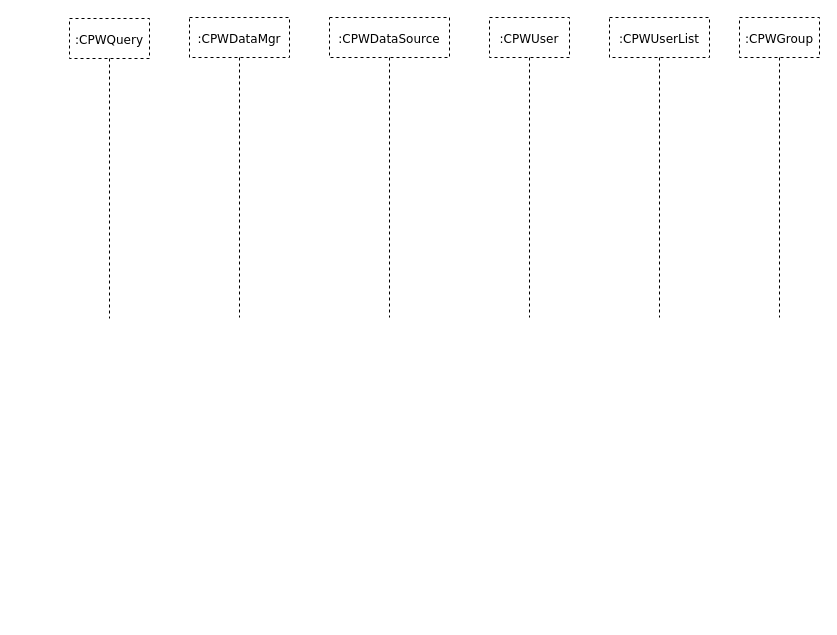
linfenwen/draw_io keeps this draw.io diagram as page "Page-2" (2 of 2) of dataprovider.drawio. Above is the earlier version. Source tidied: cells renumbered, new cells numbered last; positions are measured from the earlier drawing's top-left corner, leaving out a move shared by most shapes. Both pictures are drawn from the tidied source at 100%, with x=0, y=0 at pixel (69, 17).
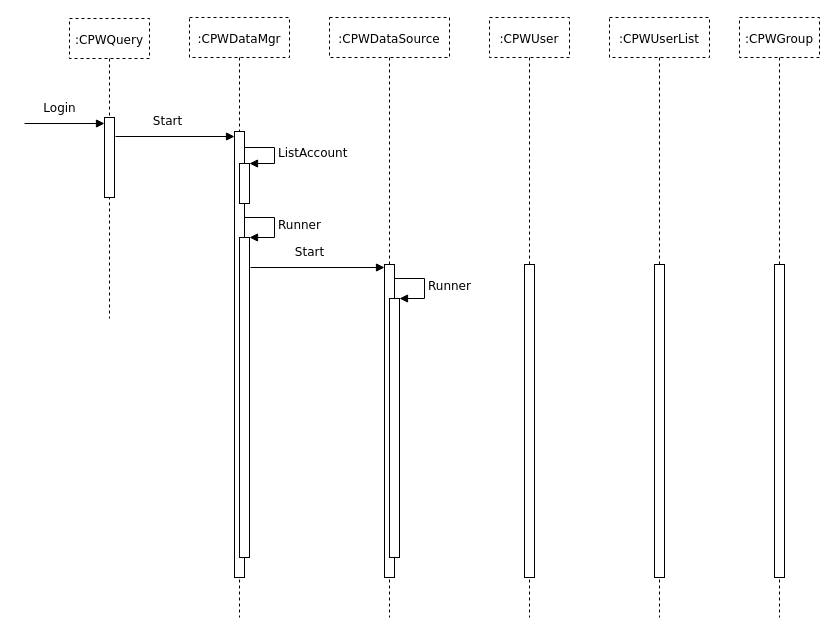
The same diagram, later.

The change refers to these unchanged cells:
```xml
<mxCell id="2" value="&lt;font style=&quot;font-size: 12px&quot;&gt;:CPWQuery&lt;/font&gt;" style="shape=umlLifeline;perimeter=lifelinePerimeter;whiteSpace=wrap;html=1;dashed=1;fontFamily=Verdana;fontSize=16;fontColor=#000000;" parent="1" vertex="1">
  <mxGeometry y="1" width="80" height="300" as="geometry" />
</mxCell>
```

Diff of the diagram source:
```diff
@@
+    <mxCell id="8" style="html=1;perimeter=orthogonalPerimeter;fontFamily=Verdana;fontSize=12;fontColor=#000000;" parent="2" vertex="1">
+      <mxGeometry x="35" y="99" width="10" height="80" as="geometry" />
+    </mxCell>
+    <mxCell id="9" value="Login" style="html=1;verticalAlign=bottom;endArrow=block;rounded=0;fontFamily=Verdana;fontSize=12;fontColor=#000000;" parent="2" edge="1">
+      <mxGeometry x="-0.12" y="6" relative="1" as="geometry">
+        <mxPoint x="-45" y="105" as="sourcePoint" />
+        <mxPoint x="35" y="105" as="targetPoint" />
+      </mxGeometry>
+    </mxCell>
     <mxCell id="3" value="&lt;font style=&quot;font-size: 12px&quot;&gt;:CPWDataMgr&lt;/font&gt;" style="shape=umlLifeline;perimeter=lifelinePerimeter;whiteSpace=wrap;html=1;dashed=1;fontFamily=Verdana;fontSize=16;fontColor=#000000;" parent="1" vertex="1">
-      <mxGeometry x="120" width="100" height="300" as="geometry" />
+      <mxGeometry x="120" width="100" height="600" as="geometry" />
     </mxCell>
+    <mxCell id="10" style="html=1;perimeter=orthogonalPerimeter;fontFamily=Verdana;fontSize=12;fontColor=#000000;" parent="3" vertex="1">
+      <mxGeometry x="45" y="114" width="10" height="446" as="geometry" />
+    </mxCell>
+    <mxCell id="11" style="html=1;points=[];perimeter=orthogonalPerimeter;fontFamily=Verdana;fontSize=12;fontColor=#000000;" parent="3" vertex="1">
+      <mxGeometry x="50" y="146" width="10" height="40" as="geometry" />
+    </mxCell>
+    <mxCell id="12" value="ListAccount" style="edgeStyle=orthogonalEdgeStyle;html=1;align=left;spacingLeft=2;endArrow=block;rounded=0;entryX=1;entryY=0;fontFamily=Verdana;fontSize=12;fontColor=#000000;" parent="3" edge="1" target="11">
+      <mxGeometry relative="1" as="geometry">
+        <mxPoint x="55" y="130" as="sourcePoint" />
+        <Array as="points">
+          <mxPoint x="85" y="130" />
+        </Array>
+      </mxGeometry>
+    </mxCell>
     <mxCell id="4" value="&lt;font style=&quot;font-size: 12px&quot;&gt;&lt;font style=&quot;font-size: 12px&quot;&gt;:&lt;/font&gt;&lt;font style=&quot;font-size: 12px&quot;&gt;CPWDataSource&lt;/font&gt;&lt;/font&gt;" style="shape=umlLifeline;perimeter=lifelinePerimeter;whiteSpace=wrap;html=1;dashed=1;fontFamily=Verdana;fontSize=16;fontColor=#000000;" parent="1" vertex="1">
-      <mxGeometry x="260" width="120" height="300" as="geometry" />
+      <mxGeometry x="260" width="120" height="600" as="geometry" />
     </mxCell>
+    <mxCell id="13" style="html=1;points=[];perimeter=orthogonalPerimeter;fontFamily=Verdana;fontSize=12;fontColor=#000000;" parent="4" vertex="1">
+      <mxGeometry x="55" y="247" width="10" height="313" as="geometry" />
+    </mxCell>
     <mxCell id="5" value="&lt;font style=&quot;font-size: 12px&quot;&gt;&lt;font style=&quot;font-size: 12px&quot;&gt;:&lt;/font&gt;&lt;font style=&quot;font-size: 12px&quot;&gt;CPWUser&lt;/font&gt;&lt;/font&gt;" style="shape=umlLifeline;perimeter=lifelinePerimeter;whiteSpace=wrap;html=1;dashed=1;fontFamily=Verdana;fontSize=16;fontColor=#000000;" parent="1" vertex="1">
-      <mxGeometry x="420" width="80" height="300" as="geometry" />
+      <mxGeometry x="420" width="80" height="600" as="geometry" />
     </mxCell>
+    <mxCell id="14" style="html=1;perimeter=orthogonalPerimeter;fontFamily=Verdana;fontSize=12;fontColor=#000000;" parent="5" vertex="1">
+      <mxGeometry x="35" y="247" width="10" height="313" as="geometry" />
+    </mxCell>
     <mxCell id="6" value="&lt;font style=&quot;font-size: 12px&quot;&gt;&lt;font style=&quot;font-size: 12px&quot;&gt;:&lt;/font&gt;&lt;font style=&quot;font-size: 12px&quot;&gt;CPWUserList&lt;/font&gt;&lt;/font&gt;" style="shape=umlLifeline;perimeter=lifelinePerimeter;whiteSpace=wrap;html=1;dashed=1;fontFamily=Verdana;fontSize=16;fontColor=#000000;" parent="1" vertex="1">
-      <mxGeometry x="540" width="100" height="300" as="geometry" />
+      <mxGeometry x="540" width="100" height="600" as="geometry" />
     </mxCell>
+    <mxCell id="15" style="html=1;perimeter=orthogonalPerimeter;fontFamily=Verdana;fontSize=12;fontColor=#000000;" parent="6" vertex="1">
+      <mxGeometry x="45" y="247" width="10" height="313" as="geometry" />
+    </mxCell>
     <mxCell id="7" value="&lt;font style=&quot;font-size: 12px&quot;&gt;&lt;font style=&quot;font-size: 12px&quot;&gt;:&lt;/font&gt;&lt;font style=&quot;font-size: 12px&quot;&gt;CPWGroup&lt;/font&gt;&lt;/font&gt;" style="shape=umlLifeline;perimeter=lifelinePerimeter;whiteSpace=wrap;html=1;dashed=1;fontFamily=Verdana;fontSize=16;fontColor=#000000;" parent="1" vertex="1">
-      <mxGeometry x="670" width="80" height="300" as="geometry" />
+      <mxGeometry x="670" width="80" height="600" as="geometry" />
     </mxCell>
+    <mxCell id="16" style="html=1;perimeter=orthogonalPerimeter;fontFamily=Verdana;fontSize=12;fontColor=#000000;" parent="7" vertex="1">
+      <mxGeometry x="35" y="247" width="10" height="313" as="geometry" />
+    </mxCell>
+    <mxCell id="17" value="Start" style="html=1;verticalAlign=bottom;endArrow=block;rounded=0;fontFamily=Verdana;fontSize=12;fontColor=#000000;" parent="1" edge="1">
+      <mxGeometry x="-0.12" y="6" relative="1" as="geometry">
+        <mxPoint x="46" y="119" as="sourcePoint" />
+        <mxPoint x="165" y="119" as="targetPoint" />
+      </mxGeometry>
+    </mxCell>
+    <mxCell id="18" style="html=1;points=[];perimeter=orthogonalPerimeter;fontFamily=Verdana;fontSize=12;fontColor=#000000;" parent="1" vertex="1">
+      <mxGeometry x="170" y="220" width="10" height="320" as="geometry" />
+    </mxCell>
+    <mxCell id="19" value="Runner" style="edgeStyle=orthogonalEdgeStyle;html=1;align=left;spacingLeft=2;endArrow=block;rounded=0;entryX=1;entryY=0;fontFamily=Verdana;fontSize=12;fontColor=#000000;" parent="1" edge="1" target="18">
+      <mxGeometry relative="1" as="geometry">
+        <mxPoint x="175" y="200" as="sourcePoint" />
+        <Array as="points">
+          <mxPoint x="205" y="200" />
+        </Array>
+      </mxGeometry>
+    </mxCell>
+    <mxCell id="20" value="Start" style="html=1;verticalAlign=bottom;endArrow=block;rounded=0;fontFamily=Verdana;fontSize=12;fontColor=#000000;" parent="1" edge="1" target="13">
+      <mxGeometry x="-0.12" y="6" relative="1" as="geometry">
+        <mxPoint x="181" y="250" as="sourcePoint" />
+      </mxGeometry>
+    </mxCell>
+    <mxCell id="21" style="html=1;points=[];perimeter=orthogonalPerimeter;fontFamily=Verdana;fontSize=12;fontColor=#000000;" parent="1" vertex="1">
+      <mxGeometry x="320" y="281" width="10" height="259" as="geometry" />
+    </mxCell>
+    <mxCell id="22" value="Runner" style="edgeStyle=orthogonalEdgeStyle;html=1;align=left;spacingLeft=2;endArrow=block;rounded=0;entryX=1;entryY=0;fontFamily=Verdana;fontSize=12;fontColor=#000000;" parent="1" edge="1" target="21">
+      <mxGeometry relative="1" as="geometry">
+        <mxPoint x="325" y="261" as="sourcePoint" />
+        <Array as="points">
+          <mxPoint x="355" y="261" />
+        </Array>
+      </mxGeometry>
+    </mxCell>
```
